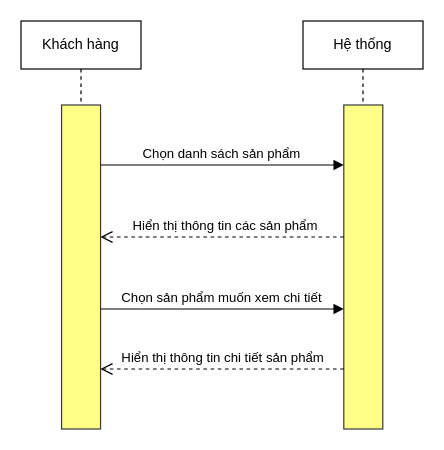
Earlier version of the draw.io diagram Sequence Diagram/Tuan tu muc he thong/UC07_XemChiTietSanPham.drawio (NgocDang298/IT3120). Source tidied: cells renumbered, new cells numbered last; positions are measured from the earlier drawing's top-left corner, leaving out a move shared by most shapes. Both pictures are drawn from the tidied source at 120%, with x=0, y=0 at pixel (20, 20).
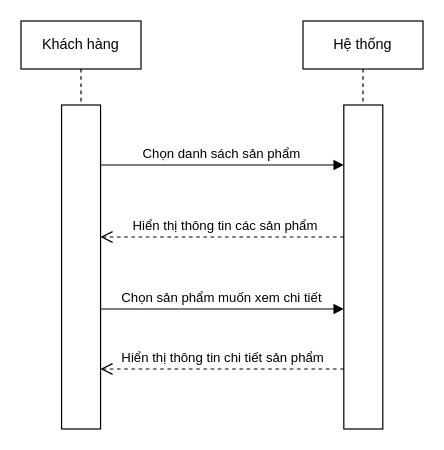
The same page after the edit.

Change to the diagram source:
```diff
@@
 <mxGraphModel>
   <root>
     <mxCell id="0" />
     <mxCell id="1" parent="0" />
     <mxCell id="2" value="Khách hàng" style="shape=umlLifeline;perimeter=lifelinePerimeter;whiteSpace=wrap;html=1;newEdgeStyle={&quot;curved&quot;:0,&quot;rounded&quot;:0};" parent="1" vertex="1">
       <mxGeometry width="100" height="70" as="geometry" />
     </mxCell>
     <mxCell id="3" value="Hệ thống" style="shape=umlLifeline;perimeter=lifelinePerimeter;whiteSpace=wrap;html=1;newEdgeStyle={&quot;curved&quot;:0,&quot;rounded&quot;:0};" parent="1" vertex="1">
       <mxGeometry x="235" width="100" height="70" as="geometry" />
     </mxCell>
-    <mxCell id="4" style="html=1;perimeter=orthogonalPerimeter;targetShapes=umlLifeline;newEdgeStyle={&quot;curved&quot;:0,&quot;rounded&quot;:0};fillColor=#ffff88;strokeColor=#36393d;" parent="1" vertex="1">
+    <mxCell id="4" style="html=1;perimeter=orthogonalPerimeter;targetShapes=umlLifeline;newEdgeStyle={&quot;curved&quot;:0,&quot;rounded&quot;:0};" parent="1" vertex="1">
       <mxGeometry x="33.8" y="70" width="32.5" height="270" as="geometry" />
     </mxCell>
-    <mxCell id="5" style="html=1;points=[[0,0,0,0,5],[0,1,0,0,-5],[1,0,0,0,5],[1,1,0,0,-5]];perimeter=orthogonalPerimeter;outlineConnect=0;targetShapes=umlLifeline;portConstraint=eastwest;newEdgeStyle={&quot;curved&quot;:0,&quot;rounded&quot;:0};fillColor=#ffff88;strokeColor=#36393d;" parent="1" vertex="1">
+    <mxCell id="5" style="html=1;points=[[0,0,0,0,5],[0,1,0,0,-5],[1,0,0,0,5],[1,1,0,0,-5]];perimeter=orthogonalPerimeter;outlineConnect=0;targetShapes=umlLifeline;portConstraint=eastwest;newEdgeStyle={&quot;curved&quot;:0,&quot;rounded&quot;:0};" parent="1" vertex="1">
       <mxGeometry x="269" y="70" width="32.5" height="270" as="geometry" />
     </mxCell>
     <mxCell id="6" value="Hiển thị thông tin các sản phẩm" style="html=1;verticalAlign=bottom;endArrow=open;dashed=1;endSize=8;curved=0;rounded=0;" parent="1" edge="1" source="5">
       <mxGeometry x="-0.02" relative="1" as="geometry">
         <mxPoint x="66.2" y="180" as="targetPoint" />
       </mxGeometry>
     </mxCell>
     <mxCell id="7" value="Chọn danh sách sản phẩm" style="html=1;verticalAlign=bottom;endArrow=block;curved=0;rounded=0;" parent="1" edge="1" target="5">
       <mxGeometry relative="1" as="geometry">
         <mxPoint x="66.2" y="120" as="sourcePoint" />
         <Array as="points">
           <mxPoint x="116.2" y="120" />
         </Array>
       </mxGeometry>
     </mxCell>
     <mxCell id="8" value="Chọn sản phẩm muốn xem chi tiết" style="html=1;verticalAlign=bottom;endArrow=block;curved=0;rounded=0;" parent="1" edge="1">
       <mxGeometry relative="1" as="geometry">
         <mxPoint x="66.2" y="240" as="sourcePoint" />
         <mxPoint x="269" y="240" as="targetPoint" />
         <Array as="points">
           <mxPoint x="116.2" y="240" />
         </Array>
       </mxGeometry>
     </mxCell>
     <mxCell id="9" value="Hiển thị thông tin chi tiết sản phẩm" style="html=1;verticalAlign=bottom;endArrow=open;dashed=1;endSize=8;curved=0;rounded=0;" parent="1" edge="1" source="5">
       <mxGeometry relative="1" as="geometry">
         <mxPoint x="66.2" y="290" as="targetPoint" />
       </mxGeometry>
     </mxCell>
   </root>
 </mxGraphModel>
```
